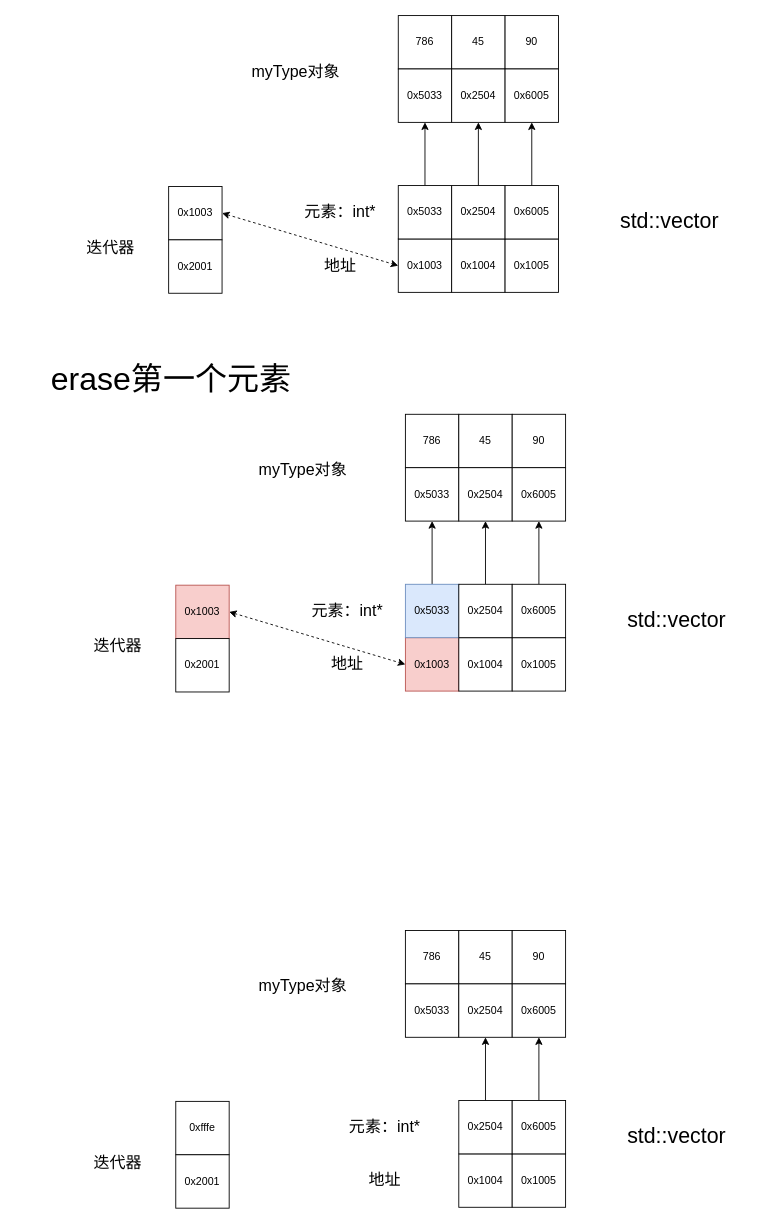
This is page "容器" (5 of 5) of C++.drawio from bocurry/bocurry, a draw.io file, before an edit. Source tidied: cells renumbered, new cells numbered last; positions are measured from the earlier drawing's top-left corner, leaving out a move shared by most shapes. Both pictures are drawn from the tidied source at 89%, with x=0, y=0 at pixel (15, 15).
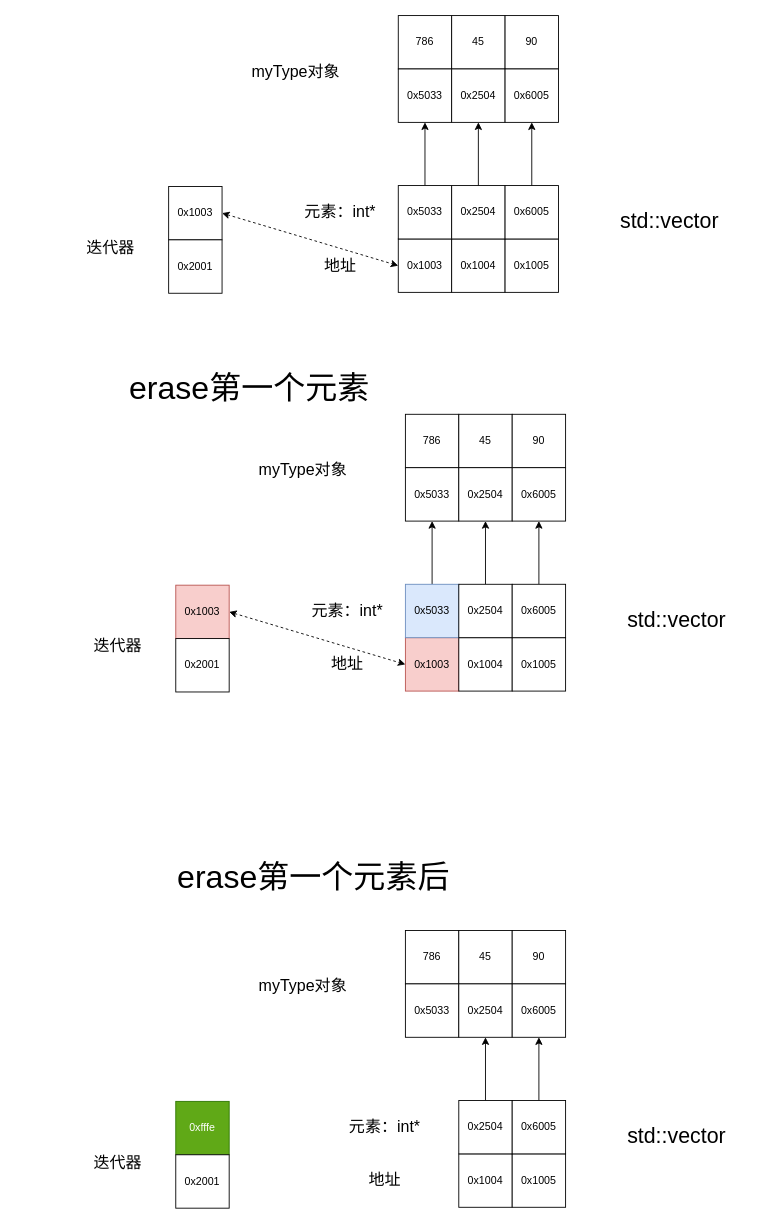
Above is the later version.

Change to the diagram source:
```diff
@@
-    <mxCell id="61" value="0xfffe" style="rounded=0;whiteSpace=wrap;html=1;" parent="1" vertex="1">
+    <mxCell id="61" value="0xfffe" style="rounded=0;whiteSpace=wrap;html=1;fillColor=#60a917;fontColor=#ffffff;strokeColor=#2D7600;" parent="1" vertex="1">
       <mxGeometry x="180" y="1220" width="60" height="60" as="geometry" />
     </mxCell>
@@
     <mxCell id="67" value="&lt;font style=&quot;font-size: 36px;&quot;&gt;erase第一个元素&lt;/font&gt;" style="text;html=1;strokeColor=none;fillColor=none;align=center;verticalAlign=middle;whiteSpace=wrap;rounded=0;" parent="1" vertex="1">
-      <mxGeometry y="378" width="350" height="60" as="geometry" />
+      <mxGeometry x="88" y="388" width="350" height="60" as="geometry" />
     </mxCell>
+    <mxCell id="68" value="&lt;font style=&quot;font-size: 36px;&quot;&gt;erase第一个元素后&lt;/font&gt;" style="text;html=1;strokeColor=none;fillColor=none;align=center;verticalAlign=middle;whiteSpace=wrap;rounded=0;" parent="1" vertex="1">
+      <mxGeometry x="160" y="938" width="350" height="60" as="geometry" />
+    </mxCell>
```
